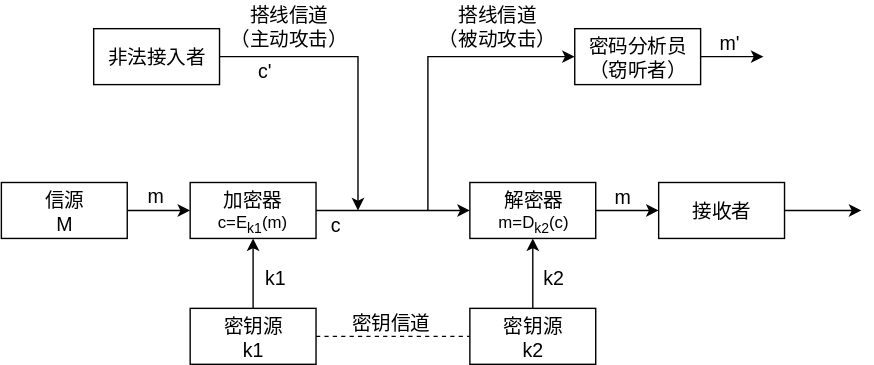
Galahad-moye/diagrams keeps this draw.io diagram as 保密通信系统模型.svg. Above is the earlier version. Source tidied: cells renumbered, new cells last; positions are measured from the earlier drawing's top-left corner, leaving out a move shared by most shapes. Its diagram source:
```xml
<mxGraphModel background="#ffffff">
  <root>
    <mxCell id="0" />
    <mxCell id="1" parent="0" />
    <mxCell id="2" style="edgeStyle=orthogonalEdgeStyle;rounded=0;html=1;exitX=1;exitY=0.5;startArrow=none;startFill=0;endArrow=classic;endFill=1;jettySize=auto;fontSize=14;" parent="1" edge="1" source="3">
      <mxGeometry relative="1" as="geometry">
        <mxPoint x="255" y="150" as="targetPoint" />
      </mxGeometry>
    </mxCell>
    <mxCell id="3" value="&lt;font style=&quot;font-size: 14px&quot;&gt;非法接入者&lt;/font&gt;" style="rounded=0;whiteSpace=wrap;html=1;align=center;" parent="1" vertex="1">
      <mxGeometry x="66" y="20" width="90" height="40" as="geometry" />
    </mxCell>
    <mxCell id="4" style="edgeStyle=none;rounded=0;html=1;startArrow=none;startFill=0;endArrow=classic;endFill=1;jettySize=auto;" parent="1" edge="1" source="5" target="8">
      <mxGeometry relative="1" as="geometry" />
    </mxCell>
    <mxCell id="5" value="&lt;font style=&quot;font-size: 14px&quot;&gt;信源&lt;br&gt;M&lt;/font&gt;&lt;br&gt;" style="rounded=0;whiteSpace=wrap;html=1;align=center;" parent="1" vertex="1">
      <mxGeometry y="130" width="90" height="40" as="geometry" />
    </mxCell>
    <mxCell id="6" style="edgeStyle=none;rounded=0;html=1;startArrow=classic;startFill=1;endArrow=none;endFill=0;jettySize=auto;" parent="1" edge="1" source="8" target="14">
      <mxGeometry relative="1" as="geometry" />
    </mxCell>
    <mxCell id="7" style="edgeStyle=none;rounded=0;html=1;startArrow=none;startFill=0;endArrow=classic;endFill=1;jettySize=auto;fontSize=14;" parent="1" edge="1" source="8" target="10">
      <mxGeometry relative="1" as="geometry" />
    </mxCell>
    <mxCell id="8" value="&lt;span style=&quot;font-size: 14px&quot;&gt;加密器&lt;br&gt;&lt;/span&gt;c=E&lt;sub&gt;k1&lt;/sub&gt;(m)&lt;br&gt;" style="rounded=0;whiteSpace=wrap;html=1;align=center;" parent="1" vertex="1">
      <mxGeometry x="135" y="130" width="90" height="40" as="geometry" />
    </mxCell>
    <mxCell id="9" style="edgeStyle=orthogonalEdgeStyle;rounded=0;html=1;startArrow=none;startFill=0;endArrow=classic;endFill=1;jettySize=auto;fontSize=14;" parent="1" edge="1" source="10" target="12">
      <mxGeometry relative="1" as="geometry" />
    </mxCell>
    <mxCell id="10" value="&lt;span style=&quot;font-size: 14px&quot;&gt;解密器&lt;br&gt;&lt;/span&gt;m=D&lt;sub&gt;k2&lt;/sub&gt;(c)&lt;br&gt;" style="rounded=0;whiteSpace=wrap;html=1;align=center;" parent="1" vertex="1">
      <mxGeometry x="335" y="130" width="90" height="40" as="geometry" />
    </mxCell>
    <mxCell id="11" style="edgeStyle=orthogonalEdgeStyle;rounded=0;html=1;startArrow=none;startFill=0;endArrow=classic;endFill=1;jettySize=auto;fontSize=14;" parent="1" edge="1" source="12">
      <mxGeometry relative="1" as="geometry">
        <mxPoint x="615" y="150" as="targetPoint" />
      </mxGeometry>
    </mxCell>
    <mxCell id="12" value="&lt;span style=&quot;font-size: 14px&quot;&gt;接收者&lt;/span&gt;" style="rounded=0;whiteSpace=wrap;html=1;align=center;" parent="1" vertex="1">
      <mxGeometry x="470" y="130" width="90" height="40" as="geometry" />
    </mxCell>
    <mxCell id="13" style="edgeStyle=orthogonalEdgeStyle;rounded=0;html=1;exitX=1;exitY=0.5;entryX=0;entryY=0.5;startArrow=none;startFill=0;endArrow=none;endFill=0;jettySize=auto;fontSize=14;dashed=1;" parent="1" edge="1" source="14" target="18">
      <mxGeometry relative="1" as="geometry" />
    </mxCell>
    <mxCell id="14" value="&lt;span style=&quot;font-size: 14px&quot;&gt;密钥源&lt;br&gt;k1&lt;br&gt;&lt;/span&gt;" style="rounded=0;whiteSpace=wrap;html=1;align=center;" parent="1" vertex="1">
      <mxGeometry x="135" y="220" width="90" height="40" as="geometry" />
    </mxCell>
    <mxCell id="15" value="m&lt;br style=&quot;font-size: 14px;&quot;&gt;" style="text;html=1;align=center;verticalAlign=top;spacingTop=-4;fontSize=14;" parent="1" vertex="1">
      <mxGeometry x="96" y="129" width="30" height="20" as="geometry" />
    </mxCell>
    <mxCell id="16" value="k1" style="text;html=1;align=center;verticalAlign=top;spacingTop=-4;fontSize=14;" parent="1" vertex="1">
      <mxGeometry x="181" y="188" width="30" height="20" as="geometry" />
    </mxCell>
    <mxCell id="17" style="edgeStyle=orthogonalEdgeStyle;rounded=0;html=1;exitX=0.5;exitY=0;entryX=0.5;entryY=1;startArrow=none;startFill=0;endArrow=classic;endFill=1;jettySize=auto;fontSize=14;" parent="1" edge="1" source="18" target="10">
      <mxGeometry relative="1" as="geometry" />
    </mxCell>
    <mxCell id="18" value="&lt;span style=&quot;font-size: 14px&quot;&gt;密钥源&lt;br&gt;k2&lt;br&gt;&lt;/span&gt;" style="rounded=0;whiteSpace=wrap;html=1;align=center;" parent="1" vertex="1">
      <mxGeometry x="335" y="220" width="90" height="40" as="geometry" />
    </mxCell>
    <mxCell id="19" value="c" style="text;html=1;align=center;verticalAlign=top;spacingTop=-4;fontSize=14;" parent="1" vertex="1">
      <mxGeometry x="229" y="150" width="20" height="20" as="geometry" />
    </mxCell>
    <mxCell id="20" value="c'" style="text;html=1;align=center;verticalAlign=top;spacingTop=-4;fontSize=14;" parent="1" vertex="1">
      <mxGeometry x="174" y="40" width="30" height="20" as="geometry" />
    </mxCell>
    <mxCell id="21" value="搭线信道&lt;br&gt;（主动攻击）&lt;br&gt;" style="text;html=1;align=center;verticalAlign=top;spacingTop=-4;fontSize=14;" parent="1" vertex="1">
      <mxGeometry x="156" width="100" height="40" as="geometry" />
    </mxCell>
    <mxCell id="22" style="edgeStyle=orthogonalEdgeStyle;rounded=0;html=1;startArrow=none;startFill=0;endArrow=classic;endFill=1;jettySize=auto;fontSize=14;" parent="1" edge="1" source="24">
      <mxGeometry relative="1" as="geometry">
        <mxPoint x="545" y="40" as="targetPoint" />
      </mxGeometry>
    </mxCell>
    <mxCell id="23" style="edgeStyle=orthogonalEdgeStyle;rounded=0;html=1;exitX=0;exitY=0.5;startArrow=classic;startFill=1;endArrow=none;endFill=0;jettySize=auto;fontSize=14;" parent="1" edge="1" source="24">
      <mxGeometry relative="1" as="geometry">
        <mxPoint x="305" y="150" as="targetPoint" />
      </mxGeometry>
    </mxCell>
    <mxCell id="24" value="&lt;font style=&quot;font-size: 14px&quot;&gt;密码分析员&lt;br&gt;（窃听者）&lt;br&gt;&lt;/font&gt;" style="rounded=0;whiteSpace=wrap;html=1;align=center;" parent="1" vertex="1">
      <mxGeometry x="410" y="20" width="90" height="40" as="geometry" />
    </mxCell>
    <mxCell id="25" value="m" style="text;html=1;align=center;verticalAlign=top;spacingTop=-4;fontSize=14;" parent="1" vertex="1">
      <mxGeometry x="430" y="130" width="30" height="20" as="geometry" />
    </mxCell>
    <mxCell id="26" value="k2&lt;br&gt;" style="text;html=1;align=center;verticalAlign=top;spacingTop=-4;fontSize=14;" parent="1" vertex="1">
      <mxGeometry x="380" y="188" width="30" height="20" as="geometry" />
    </mxCell>
    <mxCell id="27" value="密钥信道" style="text;html=1;align=center;verticalAlign=top;spacingTop=-4;fontSize=14;" parent="1" vertex="1">
      <mxGeometry x="244" y="220" width="70" height="20" as="geometry" />
    </mxCell>
    <mxCell id="28" value="搭线信道&lt;br&gt;（被动攻击）&lt;br&gt;" style="text;html=1;align=center;verticalAlign=top;spacingTop=-4;fontSize=14;" parent="1" vertex="1">
      <mxGeometry x="305" width="100" height="40" as="geometry" />
    </mxCell>
    <mxCell id="29" value="m'" style="text;html=1;align=center;verticalAlign=top;spacingTop=-4;fontSize=14;" parent="1" vertex="1">
      <mxGeometry x="506" y="20" width="30" height="20" as="geometry" />
    </mxCell>
  </root>
</mxGraphModel>
```
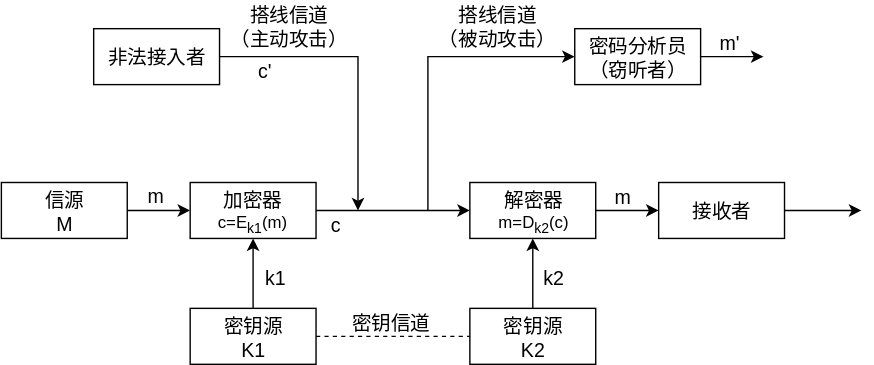
The same file after the commit.

Commit message:
Added 保密通信系统模型.svg

What changed in the source:
```diff
@@ -42,7 +42,7 @@
     <mxCell id="13" style="edgeStyle=orthogonalEdgeStyle;rounded=0;html=1;exitX=1;exitY=0.5;entryX=0;entryY=0.5;startArrow=none;startFill=0;endArrow=none;endFill=0;jettySize=auto;fontSize=14;dashed=1;" parent="1" edge="1" source="14" target="18">
       <mxGeometry relative="1" as="geometry" />
     </mxCell>
-    <mxCell id="14" value="&lt;span style=&quot;font-size: 14px&quot;&gt;密钥源&lt;br&gt;k1&lt;br&gt;&lt;/span&gt;" style="rounded=0;whiteSpace=wrap;html=1;align=center;" parent="1" vertex="1">
+    <mxCell id="14" value="&lt;span style=&quot;font-size: 14px&quot;&gt;密钥源&lt;br&gt;K1&lt;br&gt;&lt;/span&gt;" style="rounded=0;whiteSpace=wrap;html=1;align=center;" parent="1" vertex="1">
       <mxGeometry x="135" y="220" width="90" height="40" as="geometry" />
     </mxCell>
     <mxCell id="15" value="m&lt;br style=&quot;font-size: 14px;&quot;&gt;" style="text;html=1;align=center;verticalAlign=top;spacingTop=-4;fontSize=14;" parent="1" vertex="1">
@@ -54,7 +54,7 @@
     <mxCell id="17" style="edgeStyle=orthogonalEdgeStyle;rounded=0;html=1;exitX=0.5;exitY=0;entryX=0.5;entryY=1;startArrow=none;startFill=0;endArrow=classic;endFill=1;jettySize=auto;fontSize=14;" parent="1" edge="1" source="18" target="10">
       <mxGeometry relative="1" as="geometry" />
     </mxCell>
-    <mxCell id="18" value="&lt;span style=&quot;font-size: 14px&quot;&gt;密钥源&lt;br&gt;k2&lt;br&gt;&lt;/span&gt;" style="rounded=0;whiteSpace=wrap;html=1;align=center;" parent="1" vertex="1">
+    <mxCell id="18" value="&lt;span style=&quot;font-size: 14px&quot;&gt;密钥源&lt;br&gt;K2&lt;br&gt;&lt;/span&gt;" style="rounded=0;whiteSpace=wrap;html=1;align=center;" parent="1" vertex="1">
       <mxGeometry x="335" y="220" width="90" height="40" as="geometry" />
     </mxCell>
     <mxCell id="19" value="c" style="text;html=1;align=center;verticalAlign=top;spacingTop=-4;fontSize=14;" parent="1" vertex="1">
```
